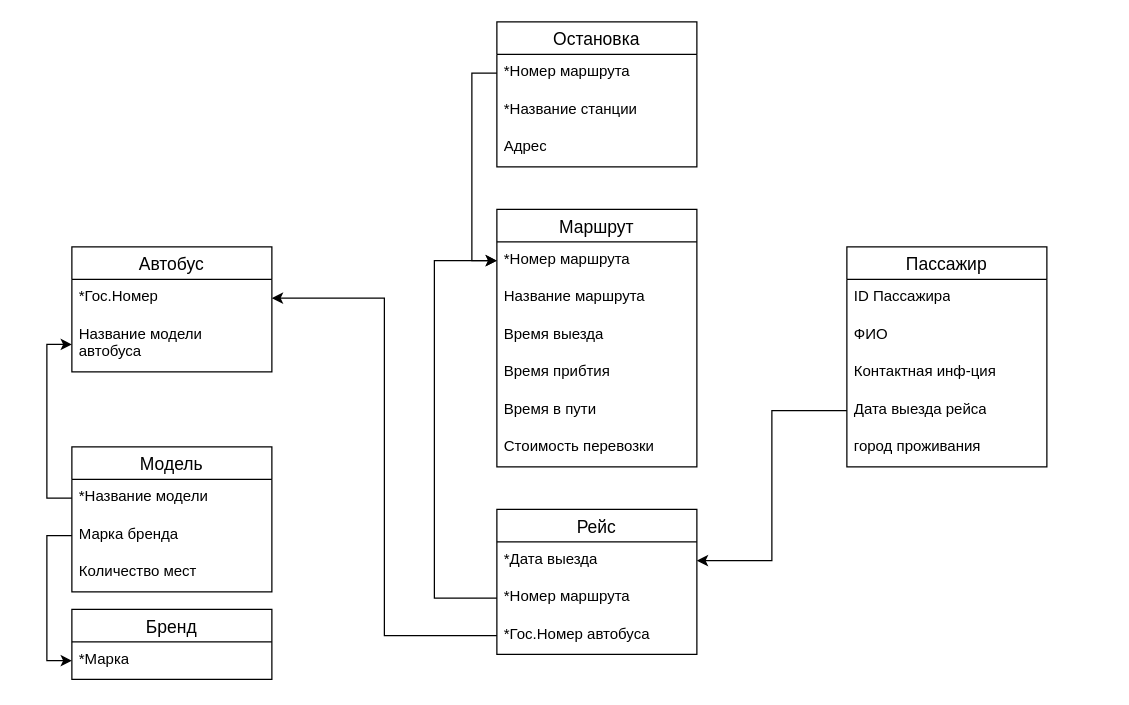
Before: page "Страница — 2" (2 of 2) of doc/er.drawio in IlyaSevastyanov/WorkSite, a draw.io diagram. Source tidied: cells renumbered, new cells numbered last; positions are measured from the earlier drawing's top-left corner, leaving out a move shared by most shapes. Both pictures are drawn from the tidied source at 125%, with x=0, y=0 at pixel (71, 21).
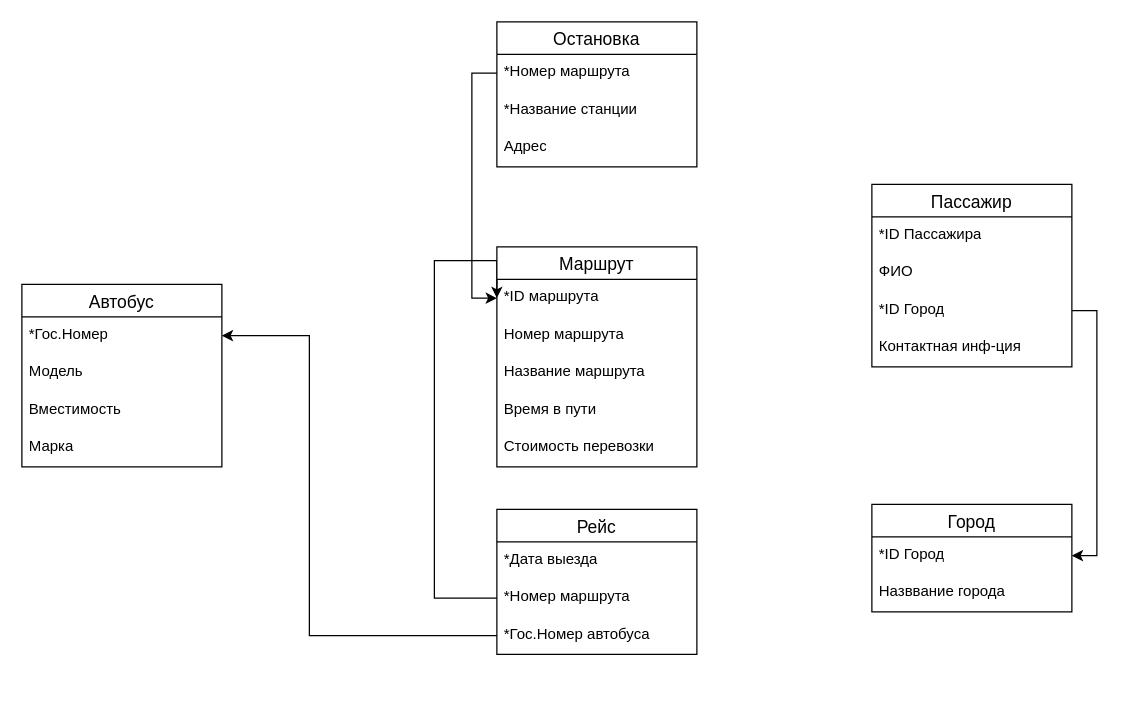
Above is the later version.

Unchanged cells that the change refers to:
```xml
<mxCell id="3" value="*Номер маршрута" style="text;strokeColor=none;fillColor=none;spacingLeft=4;spacingRight=4;overflow=hidden;points=[[0,0.5],[1,0.5]];portConstraint=eastwest;fontSize=12;whiteSpace=wrap;html=1;" parent="2" vertex="1">
  <mxGeometry y="26" width="160" height="30" as="geometry" />
</mxCell>
<mxCell id="23" value="*Дата выезда" style="text;strokeColor=none;fillColor=none;spacingLeft=4;spacingRight=4;overflow=hidden;points=[[0,0.5],[1,0.5]];portConstraint=eastwest;fontSize=12;whiteSpace=wrap;html=1;" parent="22" vertex="1">
  <mxGeometry y="26" width="160" height="30" as="geometry" />
</mxCell>
<mxCell id="24" value="*Номер маршрута" style="text;strokeColor=none;fillColor=none;spacingLeft=4;spacingRight=4;overflow=hidden;points=[[0,0.5],[1,0.5]];portConstraint=eastwest;fontSize=12;whiteSpace=wrap;html=1;" parent="22" vertex="1">
  <mxGeometry y="56" width="160" height="30" as="geometry" />
</mxCell>
<mxCell id="25" value="*Гос.Номер автобуса" style="text;strokeColor=none;fillColor=none;spacingLeft=4;spacingRight=4;overflow=hidden;points=[[0,0.5],[1,0.5]];portConstraint=eastwest;fontSize=12;whiteSpace=wrap;html=1;" parent="22" vertex="1">
  <mxGeometry y="86" width="160" height="30" as="geometry" />
</mxCell>
```

The edit, as a diff of the source:
```diff
@@
-    <mxCell id="6" value="Маршрут" style="swimlane;fontStyle=0;horizontal=1;startSize=26;align=center;fontSize=14;" parent="1" vertex="1">
-      <mxGeometry x="340" y="150" width="160" height="206" as="geometry" />
-    </mxCell>
-    <mxCell id="7" value="*Номер маршрута" style="text;strokeColor=none;fillColor=none;spacingLeft=4;spacingRight=4;overflow=hidden;points=[[0,0.5],[1,0.5]];portConstraint=eastwest;fontSize=12;whiteSpace=wrap;html=1;" parent="6" vertex="1">
-      <mxGeometry y="26" width="160" height="30" as="geometry" />
-    </mxCell>
-    <mxCell id="8" value="Название маршрута" style="text;strokeColor=none;fillColor=none;spacingLeft=4;spacingRight=4;overflow=hidden;fontSize=12;whiteSpace=wrap;html=1;" parent="6" vertex="1">
-      <mxGeometry y="56" width="160" height="30" as="geometry" />
-    </mxCell>
-    <mxCell id="9" value="Время выезда" style="text;strokeColor=none;fillColor=none;spacingLeft=4;spacingRight=4;overflow=hidden;fontSize=12;whiteSpace=wrap;html=1;" parent="6" vertex="1">
-      <mxGeometry y="86" width="160" height="30" as="geometry" />
-    </mxCell>
-    <mxCell id="10" value="Время прибтия" style="text;strokeColor=none;fillColor=none;spacingLeft=4;spacingRight=4;overflow=hidden;fontSize=12;whiteSpace=wrap;html=1;" parent="6" vertex="1">
-      <mxGeometry y="116" width="160" height="30" as="geometry" />
-    </mxCell>
-    <mxCell id="11" value="Время в пути" style="text;strokeColor=none;fillColor=none;spacingLeft=4;spacingRight=4;overflow=hidden;fontSize=12;whiteSpace=wrap;html=1;" parent="6" vertex="1">
-      <mxGeometry y="146" width="160" height="30" as="geometry" />
-    </mxCell>
-    <mxCell id="12" value="Стоимость перевозки" style="text;strokeColor=none;fillColor=none;spacingLeft=4;spacingRight=4;overflow=hidden;fontSize=12;whiteSpace=wrap;html=1;" parent="6" vertex="1">
-      <mxGeometry y="176" width="160" height="30" as="geometry" />
-    </mxCell>
-    <mxCell id="13" value="Автобус" style="swimlane;fontStyle=0;horizontal=1;startSize=26;align=center;fontSize=14;" parent="1" vertex="1">
-      <mxGeometry y="180" width="160" height="100" as="geometry" />
-    </mxCell>
-    <mxCell id="14" value="*Гос.Номер" style="text;strokeColor=none;fillColor=none;spacingLeft=4;spacingRight=4;overflow=hidden;points=[[0,0.5],[1,0.5]];portConstraint=eastwest;fontSize=12;whiteSpace=wrap;html=1;" parent="13" vertex="1">
-      <mxGeometry y="26" width="160" height="30" as="geometry" />
-    </mxCell>
-    <mxCell id="15" value="Название модели автобуса" style="text;strokeColor=none;fillColor=none;spacingLeft=4;spacingRight=4;overflow=hidden;points=[[0,0.5],[1,0.5]];portConstraint=eastwest;fontSize=12;whiteSpace=wrap;html=1;" parent="13" vertex="1">
-      <mxGeometry y="56" width="160" height="44" as="geometry" />
-    </mxCell>
-    <mxCell id="16" value="Модель" style="swimlane;fontStyle=0;horizontal=1;startSize=26;align=center;fontSize=14;" parent="1" vertex="1">
-      <mxGeometry y="340" width="160" height="116" as="geometry" />
-    </mxCell>
-    <mxCell id="17" value="*Название модели" style="text;strokeColor=none;fillColor=none;spacingLeft=4;spacingRight=4;overflow=hidden;points=[[0,0.5],[1,0.5]];portConstraint=eastwest;fontSize=12;whiteSpace=wrap;html=1;" parent="16" vertex="1">
-      <mxGeometry y="26" width="160" height="30" as="geometry" />
-    </mxCell>
-    <mxCell id="18" value="Марка бренда" style="text;strokeColor=none;fillColor=none;spacingLeft=4;spacingRight=4;overflow=hidden;points=[[0,0.5],[1,0.5]];portConstraint=eastwest;fontSize=12;whiteSpace=wrap;html=1;" parent="16" vertex="1">
-      <mxGeometry y="56" width="160" height="30" as="geometry" />
-    </mxCell>
-    <mxCell id="19" value="Количество мест" style="text;strokeColor=none;fillColor=none;spacingLeft=4;spacingRight=4;overflow=hidden;fontSize=12;whiteSpace=wrap;html=1;" parent="16" vertex="1">
-      <mxGeometry y="86" width="160" height="30" as="geometry" />
-    </mxCell>
-    <mxCell id="20" value="Бренд" style="swimlane;fontStyle=0;horizontal=1;startSize=26;align=center;fontSize=14;" parent="1" vertex="1">
-      <mxGeometry y="470" width="160" height="56" as="geometry" />
-    </mxCell>
-    <mxCell id="21" value="*Марка" style="text;strokeColor=none;fillColor=none;spacingLeft=4;spacingRight=4;overflow=hidden;points=[[0,0.5],[1,0.5]];portConstraint=eastwest;fontSize=12;whiteSpace=wrap;html=1;" parent="20" vertex="1">
-      <mxGeometry y="26" width="160" height="30" as="geometry" />
-    </mxCell>
@@
-    <mxCell id="26" value="Пассажир" style="swimlane;fontStyle=0;horizontal=1;startSize=26;align=center;fontSize=14;" parent="1" vertex="1">
-      <mxGeometry x="620" y="180" width="160" height="176" as="geometry" />
-    </mxCell>
-    <mxCell id="27" value="ID Пассажира" style="text;strokeColor=none;fillColor=none;spacingLeft=4;spacingRight=4;overflow=hidden;fontSize=12;whiteSpace=wrap;html=1;" parent="26" vertex="1">
-      <mxGeometry y="26" width="160" height="30" as="geometry" />
-    </mxCell>
-    <mxCell id="28" value="ФИО" style="text;strokeColor=none;fillColor=none;spacingLeft=4;spacingRight=4;overflow=hidden;fontSize=12;whiteSpace=wrap;html=1;" parent="26" vertex="1">
-      <mxGeometry y="56" width="160" height="30" as="geometry" />
-    </mxCell>
-    <mxCell id="29" value="Контактная инф-ция" style="text;strokeColor=none;fillColor=none;spacingLeft=4;spacingRight=4;overflow=hidden;fontSize=12;whiteSpace=wrap;html=1;" parent="26" vertex="1">
-      <mxGeometry y="86" width="160" height="30" as="geometry" />
-    </mxCell>
-    <mxCell id="30" value="Дата выезда рейса" style="text;strokeColor=none;fillColor=none;spacingLeft=4;spacingRight=4;overflow=hidden;points=[[0,0.5],[1,0.5]];portConstraint=eastwest;fontSize=12;whiteSpace=wrap;html=1;" parent="26" vertex="1">
-      <mxGeometry y="116" width="160" height="30" as="geometry" />
-    </mxCell>
-    <mxCell id="31" value="город проживания" style="text;strokeColor=none;fillColor=none;spacingLeft=4;spacingRight=4;overflow=hidden;fontSize=12;whiteSpace=wrap;html=1;" parent="26" vertex="1">
-      <mxGeometry y="146" width="160" height="30" as="geometry" />
-    </mxCell>
-    <mxCell id="32" style="edgeStyle=orthogonalEdgeStyle;rounded=0;jettySize=auto;html=1;exitX=0;exitY=0.5;exitDx=0;exitDy=0;entryX=0;entryY=0.5;entryDx=0;entryDy=0;" parent="1" edge="1" source="3" target="7">
+    <mxCell id="32" style="edgeStyle=orthogonalEdgeStyle;rounded=0;jettySize=auto;html=1;exitX=0;exitY=0.5;exitDx=0;exitDy=0;entryX=0;entryY=0.5;entryDx=0;entryDy=0;" parent="1" edge="1" source="3" target="46">
       <mxGeometry relative="1" as="geometry" />
     </mxCell>
-    <mxCell id="33" style="edgeStyle=orthogonalEdgeStyle;rounded=0;jettySize=auto;html=1;exitX=0;exitY=0.5;exitDx=0;exitDy=0;entryX=0;entryY=0.5;entryDx=0;entryDy=0;" parent="1" edge="1" source="24" target="7">
+    <mxCell id="33" style="edgeStyle=orthogonalEdgeStyle;rounded=0;jettySize=auto;html=1;exitX=0;exitY=0.5;exitDx=0;exitDy=0;entryX=0;entryY=0.5;entryDx=0;entryDy=0;" parent="1" edge="1" source="24" target="46">
       <mxGeometry relative="1" as="geometry">
         <Array as="points">
           <mxPoint x="290" y="461" />
           <mxPoint x="290" y="191" />
+          <mxPoint x="340" y="191" />
         </Array>
       </mxGeometry>
     </mxCell>
-    <mxCell id="34" style="edgeStyle=orthogonalEdgeStyle;rounded=0;jettySize=auto;html=1;exitX=0;exitY=0.5;exitDx=0;exitDy=0;entryX=0;entryY=0.5;entryDx=0;entryDy=0;" parent="1" edge="1" source="17" target="15">
-      <mxGeometry relative="1" as="geometry" />
-    </mxCell>
-    <mxCell id="35" style="edgeStyle=orthogonalEdgeStyle;rounded=0;jettySize=auto;html=1;exitX=0;exitY=0.5;exitDx=0;exitDy=0;entryX=0;entryY=0.5;entryDx=0;entryDy=0;" parent="1" edge="1" source="18" target="21">
-      <mxGeometry relative="1" as="geometry" />
-    </mxCell>
     <mxCell id="36" style="edgeStyle=orthogonalEdgeStyle;rounded=0;jettySize=auto;html=1;exitX=0;exitY=0.5;exitDx=0;exitDy=0;entryX=1;entryY=0.5;entryDx=0;entryDy=0;" parent="1" edge="1" source="25" target="14">
-      <mxGeometry relative="1" as="geometry" />
+      <mxGeometry relative="1" as="geometry">
+        <Array as="points">
+          <mxPoint x="190" y="491" />
+          <mxPoint x="190" y="251" />
+        </Array>
+      </mxGeometry>
     </mxCell>
-    <mxCell id="37" style="edgeStyle=orthogonalEdgeStyle;rounded=0;jettySize=auto;html=1;exitX=0;exitY=0.5;exitDx=0;exitDy=0;entryX=1;entryY=0.5;entryDx=0;entryDy=0;" parent="1" edge="1" source="30" target="23">
-      <mxGeometry relative="1" as="geometry" />
-    </mxCell>
+    <mxCell id="13" value="Автобус" style="swimlane;fontStyle=0;horizontal=1;startSize=26;align=center;fontSize=14;" parent="1" vertex="1">
+      <mxGeometry x="-40" y="210" width="160" height="146" as="geometry" />
+    </mxCell>
+    <mxCell id="14" value="*Гос.Номер" style="text;strokeColor=none;fillColor=none;spacingLeft=4;spacingRight=4;overflow=hidden;points=[[0,0.5],[1,0.5]];portConstraint=eastwest;fontSize=12;whiteSpace=wrap;html=1;" parent="13" vertex="1">
+      <mxGeometry y="26" width="160" height="30" as="geometry" />
+    </mxCell>
+    <mxCell id="16" value="Модель" style="text;strokeColor=none;fillColor=none;spacingLeft=4;spacingRight=4;overflow=hidden;fontSize=12;whiteSpace=wrap;html=1;" parent="13" vertex="1">
+      <mxGeometry y="56" width="160" height="30" as="geometry" />
+    </mxCell>
+    <mxCell id="38" value="Вместимость" style="text;strokeColor=none;fillColor=none;spacingLeft=4;spacingRight=4;overflow=hidden;fontSize=12;whiteSpace=wrap;html=1;" parent="13" vertex="1">
+      <mxGeometry y="86" width="160" height="30" as="geometry" />
+    </mxCell>
+    <mxCell id="39" value="Марка" style="text;strokeColor=none;fillColor=none;spacingLeft=4;spacingRight=4;overflow=hidden;fontSize=12;whiteSpace=wrap;html=1;" parent="13" vertex="1">
+      <mxGeometry y="116" width="160" height="30" as="geometry" />
+    </mxCell>
+    <mxCell id="26" value="Пассажир" style="swimlane;fontStyle=0;horizontal=1;startSize=26;align=center;fontSize=14;" parent="1" vertex="1">
+      <mxGeometry x="640" y="130" width="160" height="146" as="geometry" />
+    </mxCell>
+    <mxCell id="40" value="*ID Пассажира" style="text;strokeColor=none;fillColor=none;spacingLeft=4;spacingRight=4;overflow=hidden;fontSize=12;whiteSpace=wrap;html=1;" parent="26" vertex="1">
+      <mxGeometry y="26" width="160" height="30" as="geometry" />
+    </mxCell>
+    <mxCell id="28" value="ФИО" style="text;strokeColor=none;fillColor=none;spacingLeft=4;spacingRight=4;overflow=hidden;fontSize=12;whiteSpace=wrap;html=1;" parent="26" vertex="1">
+      <mxGeometry y="56" width="160" height="30" as="geometry" />
+    </mxCell>
+    <mxCell id="41" value="*ID Город" style="text;strokeColor=none;fillColor=none;spacingLeft=4;spacingRight=4;overflow=hidden;points=[[0,0.5],[1,0.5]];portConstraint=eastwest;fontSize=12;whiteSpace=wrap;html=1;" parent="26" vertex="1">
+      <mxGeometry y="86" width="160" height="30" as="geometry" />
+    </mxCell>
+    <mxCell id="29" value="Контактная инф-ция" style="text;strokeColor=none;fillColor=none;spacingLeft=4;spacingRight=4;overflow=hidden;fontSize=12;whiteSpace=wrap;html=1;" parent="26" vertex="1">
+      <mxGeometry y="116" width="160" height="30" as="geometry" />
+    </mxCell>
+    <mxCell id="42" value="Город" style="swimlane;fontStyle=0;horizontal=1;startSize=26;align=center;fontSize=14;" parent="1" vertex="1">
+      <mxGeometry x="640" y="386" width="160" height="86" as="geometry" />
+    </mxCell>
+    <mxCell id="43" value="*ID Город" style="text;strokeColor=none;fillColor=none;spacingLeft=4;spacingRight=4;overflow=hidden;points=[[0,0.5],[1,0.5]];portConstraint=eastwest;fontSize=12;whiteSpace=wrap;html=1;" parent="42" vertex="1">
+      <mxGeometry y="26" width="160" height="30" as="geometry" />
+    </mxCell>
+    <mxCell id="44" value="Назввание города" style="text;strokeColor=none;fillColor=none;spacingLeft=4;spacingRight=4;overflow=hidden;fontSize=12;whiteSpace=wrap;html=1;" parent="42" vertex="1">
+      <mxGeometry y="56" width="160" height="30" as="geometry" />
+    </mxCell>
+    <mxCell id="45" style="edgeStyle=orthogonalEdgeStyle;rounded=0;jettySize=auto;html=1;exitX=1;exitY=0.5;exitDx=0;exitDy=0;entryX=1;entryY=0.5;entryDx=0;entryDy=0;" parent="1" edge="1" source="41" target="43">
+      <mxGeometry relative="1" as="geometry" />
+    </mxCell>
+    <mxCell id="6" value="Маршрут" style="swimlane;fontStyle=0;horizontal=1;startSize=26;align=center;fontSize=14;" parent="1" vertex="1">
+      <mxGeometry x="340" y="180" width="160" height="176" as="geometry" />
+    </mxCell>
+    <mxCell id="46" value="*ID маршрута" style="text;strokeColor=none;fillColor=none;spacingLeft=4;spacingRight=4;overflow=hidden;points=[[0,0.5],[1,0.5]];portConstraint=eastwest;fontSize=12;whiteSpace=wrap;html=1;" parent="6" vertex="1">
+      <mxGeometry y="26" width="160" height="30" as="geometry" />
+    </mxCell>
+    <mxCell id="47" value="Номер маршрута" style="text;strokeColor=none;fillColor=none;spacingLeft=4;spacingRight=4;overflow=hidden;fontSize=12;whiteSpace=wrap;html=1;" parent="6" vertex="1">
+      <mxGeometry y="56" width="160" height="30" as="geometry" />
+    </mxCell>
+    <mxCell id="8" value="Название маршрута" style="text;strokeColor=none;fillColor=none;spacingLeft=4;spacingRight=4;overflow=hidden;fontSize=12;whiteSpace=wrap;html=1;" parent="6" vertex="1">
+      <mxGeometry y="86" width="160" height="30" as="geometry" />
+    </mxCell>
+    <mxCell id="11" value="Время в пути" style="text;strokeColor=none;fillColor=none;spacingLeft=4;spacingRight=4;overflow=hidden;fontSize=12;whiteSpace=wrap;html=1;" parent="6" vertex="1">
+      <mxGeometry y="116" width="160" height="30" as="geometry" />
+    </mxCell>
+    <mxCell id="12" value="Стоимость перевозки" style="text;strokeColor=none;fillColor=none;spacingLeft=4;spacingRight=4;overflow=hidden;fontSize=12;whiteSpace=wrap;html=1;" parent="6" vertex="1">
+      <mxGeometry y="146" width="160" height="30" as="geometry" />
+    </mxCell>
```
